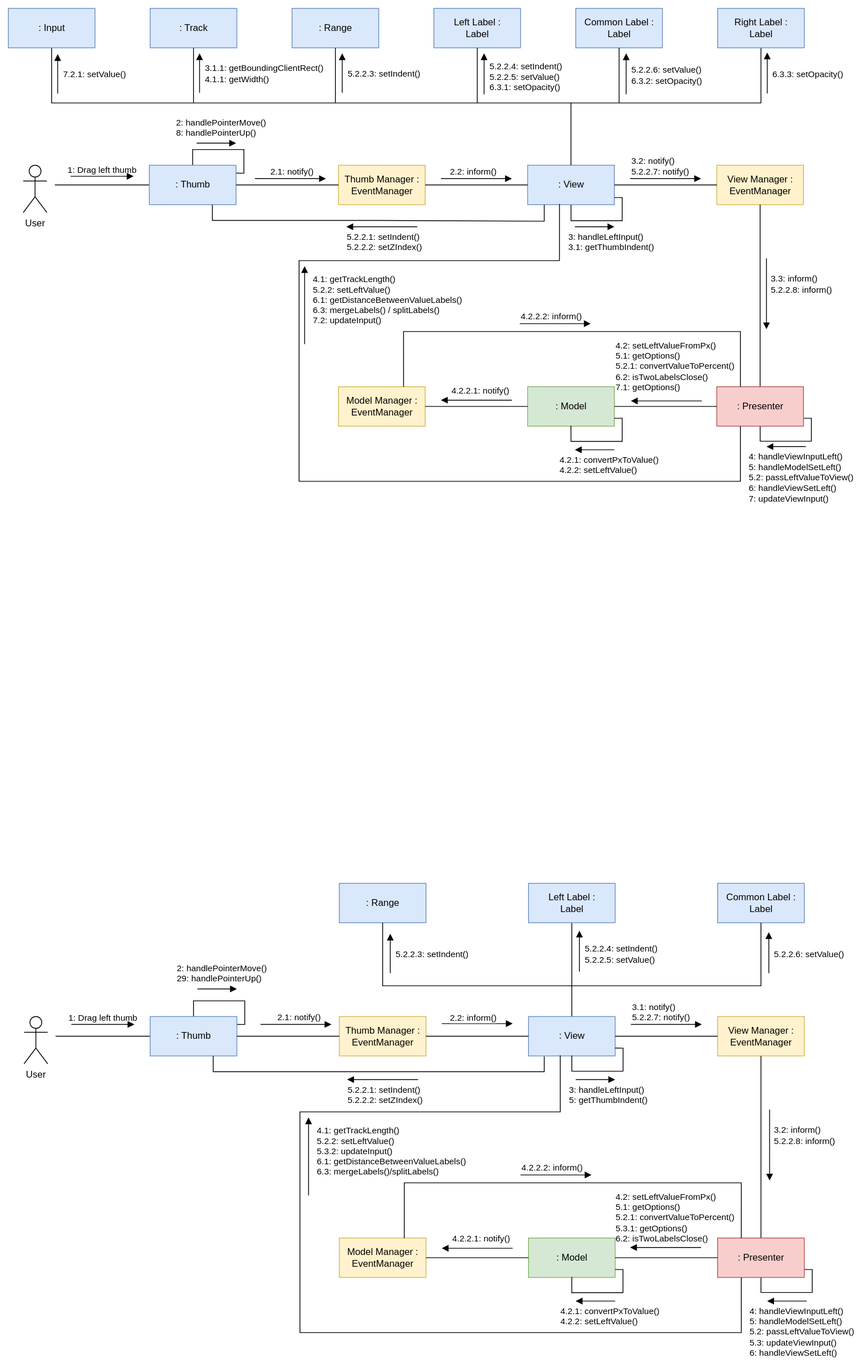
Earlier version of the draw.io export images_for_readme/communication-diagram.drawio.svg (Olga-smart/FSD4). Source tidied: cells renumbered, new cells last; positions are measured from the earlier drawing's top-left corner, leaving out a move shared by most shapes.
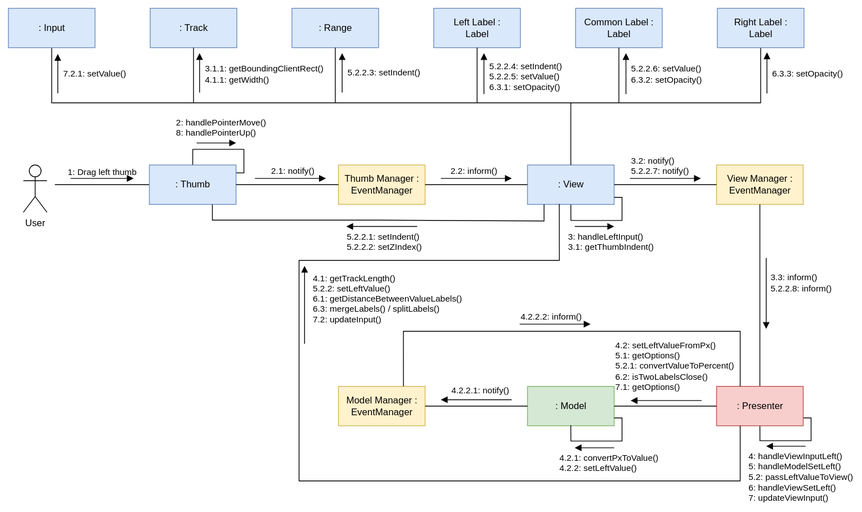
The same diagram one commit later.

Commit message:
Update communication diagram

What changed in the source:
```diff
@@ -2,253 +2,6 @@
   <root>
     <mxCell id="0" />
     <mxCell id="1" parent="0" />
-    <mxCell id="2" style="rounded=0;sketch=0;jettySize=auto;html=1;exitX=0.5;exitY=0;exitDx=0;exitDy=0;entryX=0.5;entryY=1;entryDx=0;entryDy=0;endArrow=none;endFill=0;" parent="1" edge="1" source="12" target="36">
-      <mxGeometry relative="1" as="geometry" />
-    </mxCell>
-    <mxCell id="3" value="User" style="shape=umlActor;verticalLabelPosition=bottom;verticalAlign=top;html=1;rounded=0;" parent="1" vertex="1">
-      <mxGeometry x="20" y="1279" width="30" height="60" as="geometry" />
-    </mxCell>
-    <mxCell id="4" style="edgeStyle=orthogonalEdgeStyle;curved=0;rounded=1;sketch=0;jettySize=auto;html=1;endArrow=none;endFill=0;" parent="1" edge="1" source="6">
-      <mxGeometry relative="1" as="geometry">
-        <mxPoint x="60" y="1304" as="targetPoint" />
-      </mxGeometry>
-    </mxCell>
-    <mxCell id="5" style="edgeStyle=orthogonalEdgeStyle;rounded=0;sketch=0;jettySize=auto;html=1;exitX=0.5;exitY=0;exitDx=0;exitDy=0;endArrow=none;endFill=0;" parent="1" edge="1" source="6">
-      <mxGeometry relative="1" as="geometry">
-        <mxPoint x="290" y="1289" as="targetPoint" />
-        <Array as="points">
-          <mxPoint x="235" y="1259" />
-          <mxPoint x="300" y="1259" />
-          <mxPoint x="300" y="1289" />
-        </Array>
-      </mxGeometry>
-    </mxCell>
-    <mxCell id="6" value=": Thumb" style="html=1;rounded=0;sketch=0;fillColor=#dae8fc;strokeColor=#6c8ebf;" parent="1" vertex="1">
-      <mxGeometry x="180" y="1279" width="110" height="50" as="geometry" />
-    </mxCell>
-    <mxCell id="7" value="1: Drag left thumb" style="html=1;verticalAlign=bottom;endArrow=block;rounded=1;sketch=0;curved=0;labelBackgroundColor=none;" parent="1" edge="1">
-      <mxGeometry y="-1" relative="1" as="geometry">
-        <mxPoint x="80" y="1289" as="sourcePoint" />
-        <mxPoint x="160" y="1289" as="targetPoint" />
-      </mxGeometry>
-    </mxCell>
-    <mxCell id="8" value="&amp;nbsp;&lt;br&gt;&lt;div style=&quot;text-align: left&quot;&gt;2: handlePointerMove()&lt;/div&gt;&lt;div style=&quot;text-align: left&quot;&gt;29: handlePointerUp()&lt;/div&gt;" style="html=1;verticalAlign=bottom;endArrow=block;rounded=0;sketch=0;labelBackgroundColor=none;" parent="1" edge="1">
-      <mxGeometry x="0.2" y="4" relative="1" as="geometry">
-        <mxPoint x="240" y="1244" as="sourcePoint" />
-        <mxPoint x="290" y="1244" as="targetPoint" />
-      </mxGeometry>
-    </mxCell>
-    <mxCell id="9" value="Thumb Manager : &lt;br&gt;EventManager" style="html=1;rounded=0;sketch=0;fillColor=#fff2cc;strokeColor=#d6b656;" parent="1" vertex="1">
-      <mxGeometry x="420" y="1279" width="110" height="50" as="geometry" />
-    </mxCell>
-    <mxCell id="10" style="edgeStyle=orthogonalEdgeStyle;rounded=0;sketch=0;jettySize=auto;html=1;exitX=1;exitY=0.5;exitDx=0;exitDy=0;entryX=0;entryY=0.5;entryDx=0;entryDy=0;endArrow=none;endFill=0;" parent="1" edge="1" source="6" target="9">
-      <mxGeometry relative="1" as="geometry" />
-    </mxCell>
-    <mxCell id="11" value="2.1: notify()" style="html=1;verticalAlign=bottom;endArrow=block;rounded=0;sketch=0;align=center;labelBackgroundColor=none;" parent="1" edge="1">
-      <mxGeometry x="0.11" relative="1" as="geometry">
-        <mxPoint x="320" y="1289" as="sourcePoint" />
-        <mxPoint x="410" y="1289" as="targetPoint" />
-      </mxGeometry>
-    </mxCell>
-    <mxCell id="12" value=": View" style="html=1;rounded=0;sketch=0;fillColor=#dae8fc;strokeColor=#6c8ebf;" parent="1" vertex="1">
-      <mxGeometry x="660" y="1279" width="110" height="50" as="geometry" />
-    </mxCell>
-    <mxCell id="13" style="edgeStyle=orthogonalEdgeStyle;rounded=0;sketch=0;jettySize=auto;html=1;endArrow=none;endFill=0;exitX=1;exitY=0.5;exitDx=0;exitDy=0;entryX=0;entryY=0.5;entryDx=0;entryDy=0;" parent="1" edge="1" source="9" target="12">
-      <mxGeometry relative="1" as="geometry" />
-    </mxCell>
-    <mxCell id="14" value="2.2: inform(&lt;span style=&quot;text-align: left&quot;&gt;)&lt;/span&gt;" style="html=1;verticalAlign=bottom;endArrow=block;rounded=0;sketch=0;labelBackgroundColor=default;" parent="1" edge="1">
-      <mxGeometry x="-0.11" y="-2" relative="1" as="geometry">
-        <mxPoint x="550" y="1288" as="sourcePoint" />
-        <mxPoint x="640" y="1288" as="targetPoint" />
-      </mxGeometry>
-    </mxCell>
-    <mxCell id="15" value="View Manager : &lt;br&gt;EventManager" style="html=1;rounded=0;sketch=0;fillColor=#fff2cc;strokeColor=#d6b656;" parent="1" vertex="1">
-      <mxGeometry x="900" y="1279" width="110" height="50" as="geometry" />
-    </mxCell>
-    <mxCell id="16" style="rounded=0;sketch=0;jettySize=auto;html=1;endArrow=none;endFill=0;exitX=1;exitY=0.5;exitDx=0;exitDy=0;entryX=0;entryY=0.5;entryDx=0;entryDy=0;" parent="1" edge="1" source="12" target="15">
-      <mxGeometry relative="1" as="geometry" />
-    </mxCell>
-    <mxCell id="17" style="edgeStyle=orthogonalEdgeStyle;rounded=0;sketch=0;orthogonalLoop=1;jettySize=auto;html=1;exitX=1;exitY=0.812;exitDx=0;exitDy=0;endArrow=none;endFill=0;entryX=0.5;entryY=1;entryDx=0;entryDy=0;exitPerimeter=0;" parent="1" edge="1">
-      <mxGeometry relative="1" as="geometry">
-        <mxPoint x="770" y="1319" as="sourcePoint" />
-        <mxPoint x="715" y="1328.4" as="targetPoint" />
-        <Array as="points">
-          <mxPoint x="780" y="1319.4" />
-          <mxPoint x="780" y="1348.4" />
-          <mxPoint x="715" y="1348.4" />
-        </Array>
-      </mxGeometry>
-    </mxCell>
-    <mxCell id="18" value="3:&amp;nbsp;handleLeftInput()&lt;br&gt;5:&amp;nbsp;getThumbIndent()" style="html=1;verticalAlign=top;endArrow=block;rounded=0;labelPosition=right;verticalLabelPosition=bottom;align=left;" parent="1" edge="1">
-      <mxGeometry x="-1" y="-10" relative="1" as="geometry">
-        <mxPoint x="720" y="1359" as="sourcePoint" />
-        <mxPoint x="770" y="1359" as="targetPoint" />
-        <mxPoint x="-10" y="-10" as="offset" />
-      </mxGeometry>
-    </mxCell>
-    <mxCell id="19" value="3.1: notify(&lt;span style=&quot;background-color: initial;&quot;&gt;)&lt;br&gt;5.2.2.7: notify()&lt;br&gt;&lt;/span&gt;" style="html=1;verticalAlign=bottom;endArrow=block;rounded=0;sketch=0;align=left;labelBackgroundColor=none;" parent="1" edge="1">
-      <mxGeometry x="-1" relative="1" as="geometry">
-        <mxPoint x="790" y="1289" as="sourcePoint" />
-        <mxPoint x="880" y="1289" as="targetPoint" />
-      </mxGeometry>
-    </mxCell>
-    <mxCell id="20" style="rounded=0;sketch=0;jettySize=auto;html=1;endArrow=none;endFill=0;exitX=0.5;exitY=1;exitDx=0;exitDy=0;" parent="1" edge="1" source="15">
-      <mxGeometry relative="1" as="geometry">
-        <mxPoint x="955" y="1560" as="targetPoint" />
-      </mxGeometry>
-    </mxCell>
-    <mxCell id="21" value="3.2: inform(&lt;span style=&quot;border-color: var(--border-color); text-align: center; background-color: initial;&quot;&gt;)&lt;br&gt;5.2.2.8: inform()&lt;br&gt;&lt;/span&gt;" style="html=1;verticalAlign=middle;endArrow=block;rounded=0;sketch=0;align=left;" parent="1" edge="1">
-      <mxGeometry x="-0.27" y="4" relative="1" as="geometry">
-        <mxPoint x="966" y="1397" as="sourcePoint" />
-        <mxPoint x="966" y="1487" as="targetPoint" />
-      </mxGeometry>
-    </mxCell>
-    <mxCell id="22" style="edgeStyle=orthogonalEdgeStyle;rounded=0;sketch=0;orthogonalLoop=1;jettySize=auto;html=1;exitX=1;exitY=0.812;exitDx=0;exitDy=0;endArrow=none;endFill=0;entryX=0.5;entryY=1;entryDx=0;entryDy=0;exitPerimeter=0;" parent="1" edge="1">
-      <mxGeometry relative="1" as="geometry">
-        <mxPoint x="1010" y="1600" as="sourcePoint" />
-        <mxPoint x="955" y="1609" as="targetPoint" />
-        <Array as="points">
-          <mxPoint x="1020" y="1600" />
-          <mxPoint x="1020" y="1629" />
-          <mxPoint x="955" y="1629" />
-        </Array>
-      </mxGeometry>
-    </mxCell>
-    <mxCell id="23" value=": Presenter" style="html=1;rounded=0;sketch=0;fillColor=#f8cecc;strokeColor=#b85450;" parent="1" vertex="1">
-      <mxGeometry x="900" y="1560" width="110" height="50" as="geometry" />
-    </mxCell>
-    <mxCell id="24" value="4:&amp;nbsp;handleViewInputLeft()&lt;br&gt;5: handleModelSetLeft()&lt;br&gt;5.2: passLeftValueToView()&lt;br&gt;5.3:&amp;nbsp;updateViewInput()&lt;br&gt;6:&amp;nbsp;handleViewSetLeft()" style="html=1;verticalAlign=top;endArrow=block;rounded=0;sketch=0;align=left;" parent="1" edge="1">
-      <mxGeometry x="1" y="23" relative="1" as="geometry">
-        <mxPoint x="1013" y="1640" as="sourcePoint" />
-        <mxPoint x="963" y="1640" as="targetPoint" />
-        <mxPoint x="-23" y="-23" as="offset" />
-      </mxGeometry>
-    </mxCell>
-    <mxCell id="25" value=": Model" style="html=1;rounded=0;sketch=0;fillColor=#d5e8d4;strokeColor=#82b366;" parent="1" vertex="1">
-      <mxGeometry x="660" y="1560" width="110" height="50" as="geometry" />
-    </mxCell>
-    <mxCell id="26" style="rounded=0;sketch=0;jettySize=auto;html=1;exitX=0;exitY=0.5;exitDx=0;exitDy=0;entryX=1;entryY=0.5;entryDx=0;entryDy=0;endArrow=none;endFill=0;" parent="1" edge="1" source="23" target="25">
-      <mxGeometry relative="1" as="geometry" />
-    </mxCell>
-    <mxCell id="27" value="&lt;span style=&quot;border-color: var(--border-color); background-color: initial;&quot;&gt;4.1:&amp;nbsp;getTrackLength()&lt;br&gt;5.2.2:&amp;nbsp;setLeftValue()&lt;br&gt;5.3.2:&amp;nbsp;updateInput()&lt;br&gt;6.1:&amp;nbsp;getDistanceBetweenValueLabels()&lt;br&gt;6.3:&amp;nbsp;mergeLabels()/splitLabels()&lt;br&gt;&lt;/span&gt;" style="html=1;verticalAlign=middle;endArrow=block;rounded=0;sketch=0;align=left;labelPosition=right;verticalLabelPosition=middle;" parent="1" edge="1">
-      <mxGeometry x="0.13" y="-9" relative="1" as="geometry">
-        <mxPoint x="381" y="1506" as="sourcePoint" />
-        <mxPoint x="381" y="1407" as="targetPoint" />
-      </mxGeometry>
-    </mxCell>
-    <mxCell id="28" value="4.2: setLeftValueFromPx()&lt;br&gt;5.1:&amp;nbsp;getOptions()&lt;br&gt;5.2.1: convertValueToPercent()&lt;br&gt;5.3.1:&amp;nbsp;getOptions()&lt;br&gt;6.2:&amp;nbsp;isTwoLabelsClose()" style="html=1;verticalAlign=bottom;endArrow=block;rounded=0;sketch=0;labelBackgroundColor=none;align=left;" parent="1" edge="1">
-      <mxGeometry x="1" y="-19" relative="1" as="geometry">
-        <mxPoint x="879" y="1572" as="sourcePoint" />
-        <mxPoint x="789" y="1572" as="targetPoint" />
-        <mxPoint x="-19" y="17" as="offset" />
-      </mxGeometry>
-    </mxCell>
-    <mxCell id="29" style="edgeStyle=orthogonalEdgeStyle;rounded=0;sketch=0;orthogonalLoop=1;jettySize=auto;html=1;exitX=1;exitY=0.812;exitDx=0;exitDy=0;endArrow=none;endFill=0;entryX=0.5;entryY=1;entryDx=0;entryDy=0;exitPerimeter=0;" parent="1" edge="1">
-      <mxGeometry relative="1" as="geometry">
-        <mxPoint x="770" y="1600" as="sourcePoint" />
-        <mxPoint x="715" y="1609.4" as="targetPoint" />
-        <Array as="points">
-          <mxPoint x="780" y="1600.4" />
-          <mxPoint x="780" y="1629.4" />
-          <mxPoint x="715" y="1629.4" />
-        </Array>
-      </mxGeometry>
-    </mxCell>
-    <mxCell id="30" value="4.2.1:&amp;nbsp;convertPxToValue()&lt;br&gt;4.2.2:&amp;nbsp;setLeftValue()" style="html=1;verticalAlign=top;endArrow=block;rounded=0;labelPosition=right;verticalLabelPosition=bottom;align=left;" parent="1" edge="1">
-      <mxGeometry x="1" y="20" relative="1" as="geometry">
-        <mxPoint x="770" y="1640" as="sourcePoint" />
-        <mxPoint x="720" y="1640" as="targetPoint" />
-        <mxPoint x="-20" y="-20" as="offset" />
-      </mxGeometry>
-    </mxCell>
-    <mxCell id="31" value="Model Manager : &lt;br&gt;EventManager" style="html=1;rounded=0;sketch=0;fillColor=#fff2cc;strokeColor=#d6b656;" parent="1" vertex="1">
-      <mxGeometry x="420" y="1560" width="110" height="50" as="geometry" />
-    </mxCell>
-    <mxCell id="32" style="rounded=0;sketch=0;jettySize=auto;html=1;exitX=0;exitY=0.5;exitDx=0;exitDy=0;entryX=1;entryY=0.5;entryDx=0;entryDy=0;endArrow=none;endFill=0;" parent="1" edge="1" source="25" target="31">
-      <mxGeometry relative="1" as="geometry" />
-    </mxCell>
-    <mxCell id="33" value="4.2.2.1: notify()" style="html=1;verticalAlign=bottom;endArrow=block;rounded=0;sketch=0;" parent="1" edge="1">
-      <mxGeometry x="-0.11" y="-3" relative="1" as="geometry">
-        <mxPoint x="640" y="1573" as="sourcePoint" />
-        <mxPoint x="550" y="1573" as="targetPoint" />
-      </mxGeometry>
-    </mxCell>
-    <mxCell id="34" style="edgeStyle=orthogonalEdgeStyle;rounded=0;jettySize=auto;html=1;endArrow=none;endFill=0;exitX=0.75;exitY=0;exitDx=0;exitDy=0;" parent="1" edge="1" source="31">
-      <mxGeometry relative="1" as="geometry">
-        <mxPoint x="930" y="1560" as="targetPoint" />
-        <Array as="points">
-          <mxPoint x="503" y="1490" />
-          <mxPoint x="930" y="1490" />
-        </Array>
-      </mxGeometry>
-    </mxCell>
-    <mxCell id="35" value="&lt;span style=&quot;text-align: left&quot;&gt;4.2.2.2: inform()&lt;/span&gt;" style="html=1;verticalAlign=bottom;endArrow=block;rounded=0;sketch=0;labelBackgroundColor=none;" parent="1" edge="1">
-      <mxGeometry x="-0.11" relative="1" as="geometry">
-        <mxPoint x="650" y="1480" as="sourcePoint" />
-        <mxPoint x="740" y="1480" as="targetPoint" />
-      </mxGeometry>
-    </mxCell>
-    <mxCell id="36" value="Left Label :&lt;br&gt;Label" style="html=1;rounded=0;sketch=0;fillColor=#dae8fc;strokeColor=#6c8ebf;" parent="1" vertex="1">
-      <mxGeometry x="660" y="1110" width="110" height="50" as="geometry" />
-    </mxCell>
-    <mxCell id="37" value=": Range" style="html=1;rounded=0;sketch=0;fillColor=#dae8fc;strokeColor=#6c8ebf;" parent="1" vertex="1">
-      <mxGeometry x="420" y="1110" width="110" height="50" as="geometry" />
-    </mxCell>
-    <mxCell id="38" value="Common Label :&lt;br&gt;Label" style="html=1;rounded=0;sketch=0;fillColor=#dae8fc;strokeColor=#6c8ebf;" parent="1" vertex="1">
-      <mxGeometry x="900" y="1110" width="110" height="50" as="geometry" />
-    </mxCell>
-    <mxCell id="39" style="rounded=0;sketch=0;jettySize=auto;html=1;exitX=0.5;exitY=1;exitDx=0;exitDy=0;entryX=0.5;entryY=1;entryDx=0;entryDy=0;endArrow=none;endFill=0;" parent="1" edge="1" source="38" target="37">
-      <mxGeometry relative="1" as="geometry">
-        <Array as="points">
-          <mxPoint x="955" y="1240" />
-          <mxPoint x="475" y="1240" />
-        </Array>
-      </mxGeometry>
-    </mxCell>
-    <mxCell id="40" style="edgeStyle=orthogonalEdgeStyle;rounded=0;sketch=0;jettySize=auto;html=1;endArrow=none;endFill=0;entryX=0.367;entryY=0.987;entryDx=0;entryDy=0;entryPerimeter=0;" parent="1" edge="1" target="12">
-      <mxGeometry relative="1" as="geometry">
-        <mxPoint x="930" y="1610" as="sourcePoint" />
-        <Array as="points">
-          <mxPoint x="930" y="1680" />
-          <mxPoint x="370" y="1680" />
-          <mxPoint x="370" y="1400" />
-          <mxPoint x="700" y="1400" />
-        </Array>
-      </mxGeometry>
-    </mxCell>
-    <mxCell id="41" value="&lt;div style=&quot;text-align: left&quot;&gt;5.2.2.1:&amp;nbsp;setIndent()&lt;/div&gt;&lt;div style=&quot;text-align: left&quot;&gt;5.2.2.2: setZIndex()&lt;/div&gt;" style="html=1;verticalAlign=top;endArrow=block;rounded=0;sketch=0;labelBackgroundColor=none;labelPosition=right;verticalLabelPosition=bottom;align=left;" parent="1" edge="1">
-      <mxGeometry x="1" relative="1" as="geometry">
-        <mxPoint x="520" y="1359" as="sourcePoint" />
-        <mxPoint x="430" y="1359" as="targetPoint" />
-      </mxGeometry>
-    </mxCell>
-    <mxCell id="42" value="&lt;span style=&quot;text-align: left&quot;&gt;5.2.2.3: setIndent()&amp;nbsp;&lt;/span&gt;&lt;span style=&quot;text-align: left ; color: rgba(0 , 0 , 0 , 0) ; font-family: monospace ; font-size: 0px ; background-color: rgb(248 , 249 , 250)&quot;&gt;%3CmxGraphModel%3E%3Croot%3E%3CmxCell%20id%3D%220%22%2F%3E%3CmxCell%20id%3D%221%22%20parent%3D%220%22%2F%3E%3CmxCell%20id%3D%222%22%20value%3D%22%3A%20Thumb%22%20style%3D%22html%3D1%3Brounded%3D0%3Bsketch%3D0%3BfillColor%3D%23dae8fc%3BstrokeColor%3D%236c8ebf%3B%22%20vertex%3D%221%22%20parent%3D%221%22%3E%3CmxGeometry%20x%3D%22200%22%20y%3D%22200%22%20width%3D%22110%22%20height%3D%2250%22%20as%3D%22geometry%22%2F%3E%3C%2FmxCell%3E%3C%2Froot%3E%3C%2FmxGraphModel%3E&lt;/span&gt;" style="html=1;verticalAlign=middle;endArrow=block;rounded=0;sketch=0;labelPosition=right;verticalLabelPosition=middle;align=left;" parent="1" edge="1">
-      <mxGeometry x="-0.04" y="-5" relative="1" as="geometry">
-        <mxPoint x="484.7" y="1224" as="sourcePoint" />
-        <mxPoint x="484.7" y="1174" as="targetPoint" />
-      </mxGeometry>
-    </mxCell>
-    <mxCell id="43" value="5.2.2.4: setIndent()&lt;br&gt;5.2.2.5: setValue()" style="html=1;verticalAlign=middle;endArrow=block;rounded=0;sketch=0;labelPosition=right;verticalLabelPosition=middle;align=left;" parent="1" edge="1">
-      <mxGeometry x="-0.15" y="-5" relative="1" as="geometry">
-        <mxPoint x="724.7" y="1222" as="sourcePoint" />
-        <mxPoint x="724.7" y="1170" as="targetPoint" />
-      </mxGeometry>
-    </mxCell>
-    <mxCell id="44" value="5.2.2.6: setValue()" style="html=1;verticalAlign=middle;endArrow=block;rounded=0;sketch=0;labelPosition=right;verticalLabelPosition=middle;align=left;" parent="1" edge="1">
-      <mxGeometry x="-0.08" y="-5" relative="1" as="geometry">
-        <mxPoint x="965" y="1224" as="sourcePoint" />
-        <mxPoint x="965" y="1172" as="targetPoint" />
-      </mxGeometry>
-    </mxCell>
-    <mxCell id="45" style="endArrow=none;html=1;rounded=0;entryX=0.182;entryY=1.016;entryDx=0;entryDy=0;entryPerimeter=0;exitX=0.727;exitY=1;exitDx=0;exitDy=0;exitPerimeter=0;" parent="1" edge="1" source="6" target="12">
-      <mxGeometry relative="1" as="geometry">
-        <Array as="points">
-          <mxPoint x="260" y="1349" />
-          <mxPoint x="470" y="1349" />
-          <mxPoint x="680" y="1349" />
-        </Array>
-      </mxGeometry>
-    </mxCell>
     <mxCell id="46" value="User" style="shape=umlActor;verticalLabelPosition=bottom;verticalAlign=top;html=1;rounded=0;" parent="1" vertex="1">
       <mxGeometry x="19" y="199" width="30" height="60" as="geometry" />
     </mxCell>
@@ -272,8 +25,8 @@
     </mxCell>
     <mxCell id="50" value="1: Drag left thumb" style="html=1;verticalAlign=bottom;endArrow=block;rounded=1;sketch=0;curved=0;labelBackgroundColor=none;" parent="1" edge="1">
       <mxGeometry y="-1" relative="1" as="geometry">
-        <mxPoint x="79" y="213" as="sourcePoint" />
-        <mxPoint x="159" y="213" as="targetPoint" />
+        <mxPoint x="79" y="216" as="sourcePoint" />
+        <mxPoint x="159" y="216" as="targetPoint" />
       </mxGeometry>
     </mxCell>
     <mxCell id="51" value="&amp;nbsp;&lt;br&gt;&lt;div style=&quot;text-align: left&quot;&gt;2: handlePointerMove()&lt;/div&gt;&lt;div style=&quot;text-align: left&quot;&gt;8:&lt;span style=&quot;background-color: rgb(255, 255, 255);&quot;&gt;&amp;nbsp;handlePointerUp()&lt;/span&gt;&lt;br&gt;&lt;/div&gt;" style="html=1;verticalAlign=bottom;endArrow=block;rounded=0;sketch=0;labelBackgroundColor=none;" parent="1" edge="1">
@@ -400,8 +153,8 @@
     </mxCell>
     <mxCell id="73" value="4.2.1:&amp;nbsp;convertPxToValue()&lt;br&gt;4.2.2:&amp;nbsp;setLeftValue()" style="html=1;verticalAlign=top;endArrow=block;rounded=0;labelPosition=right;verticalLabelPosition=bottom;align=left;" parent="1" edge="1">
       <mxGeometry x="1" y="20" relative="1" as="geometry">
-        <mxPoint x="769" y="560" as="sourcePoint" />
-        <mxPoint x="719" y="560" as="targetPoint" />
+        <mxPoint x="769" y="558" as="sourcePoint" />
+        <mxPoint x="719" y="558" as="targetPoint" />
         <mxPoint x="-20" y="-20" as="offset" />
       </mxGeometry>
     </mxCell>
@@ -428,8 +181,8 @@
     </mxCell>
     <mxCell id="78" value="&lt;span style=&quot;text-align: left&quot;&gt;4.2.2.2: inform()&lt;/span&gt;" style="html=1;verticalAlign=bottom;endArrow=block;rounded=0;sketch=0;labelBackgroundColor=none;" parent="1" edge="1">
       <mxGeometry x="-0.11" relative="1" as="geometry">
-        <mxPoint x="649" y="400" as="sourcePoint" />
-        <mxPoint x="739" y="400" as="targetPoint" />
+        <mxPoint x="649" y="401" as="sourcePoint" />
+        <mxPoint x="739" y="401" as="targetPoint" />
       </mxGeometry>
     </mxCell>
     <mxCell id="79" value="Left Label :&lt;br&gt;Label" style="html=1;rounded=0;sketch=0;fillColor=#dae8fc;strokeColor=#6c8ebf;" parent="1" vertex="1">
```
